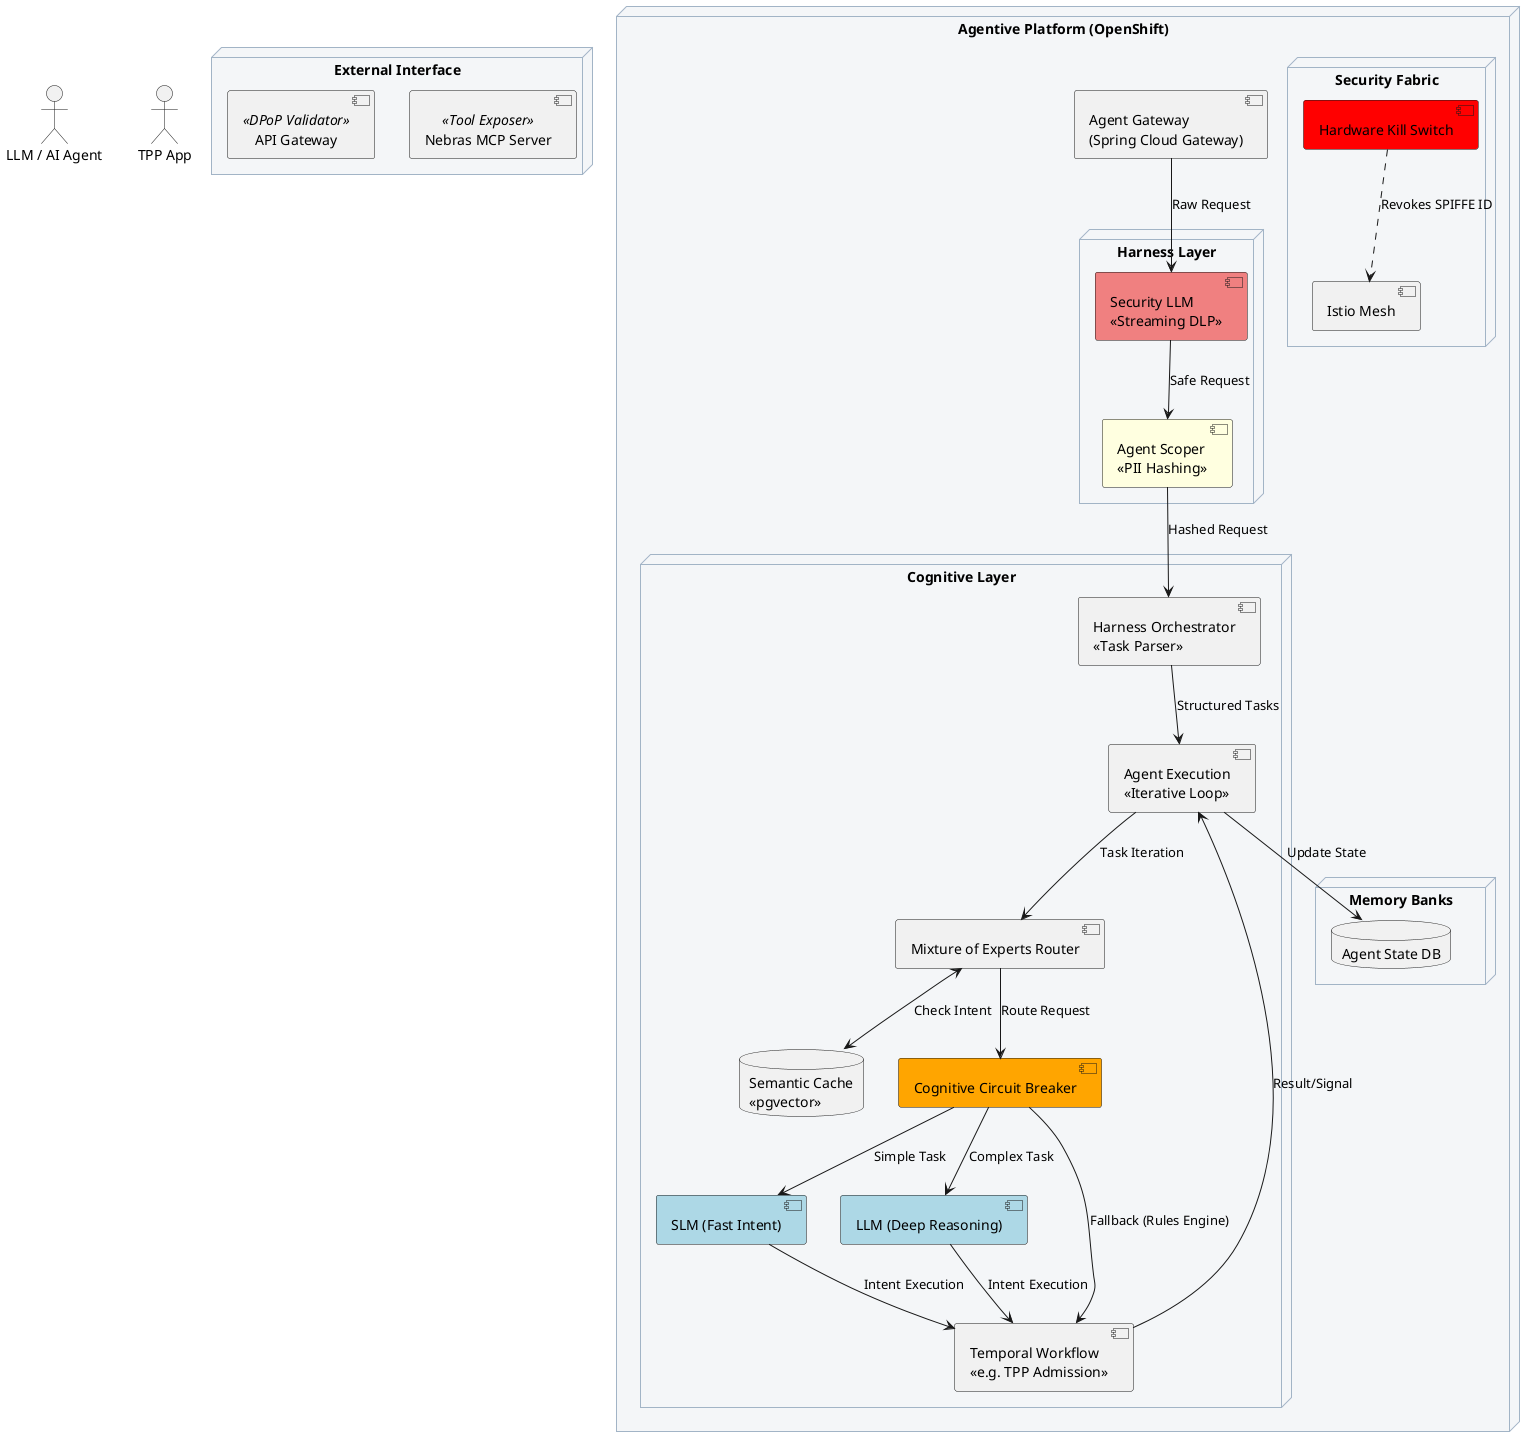
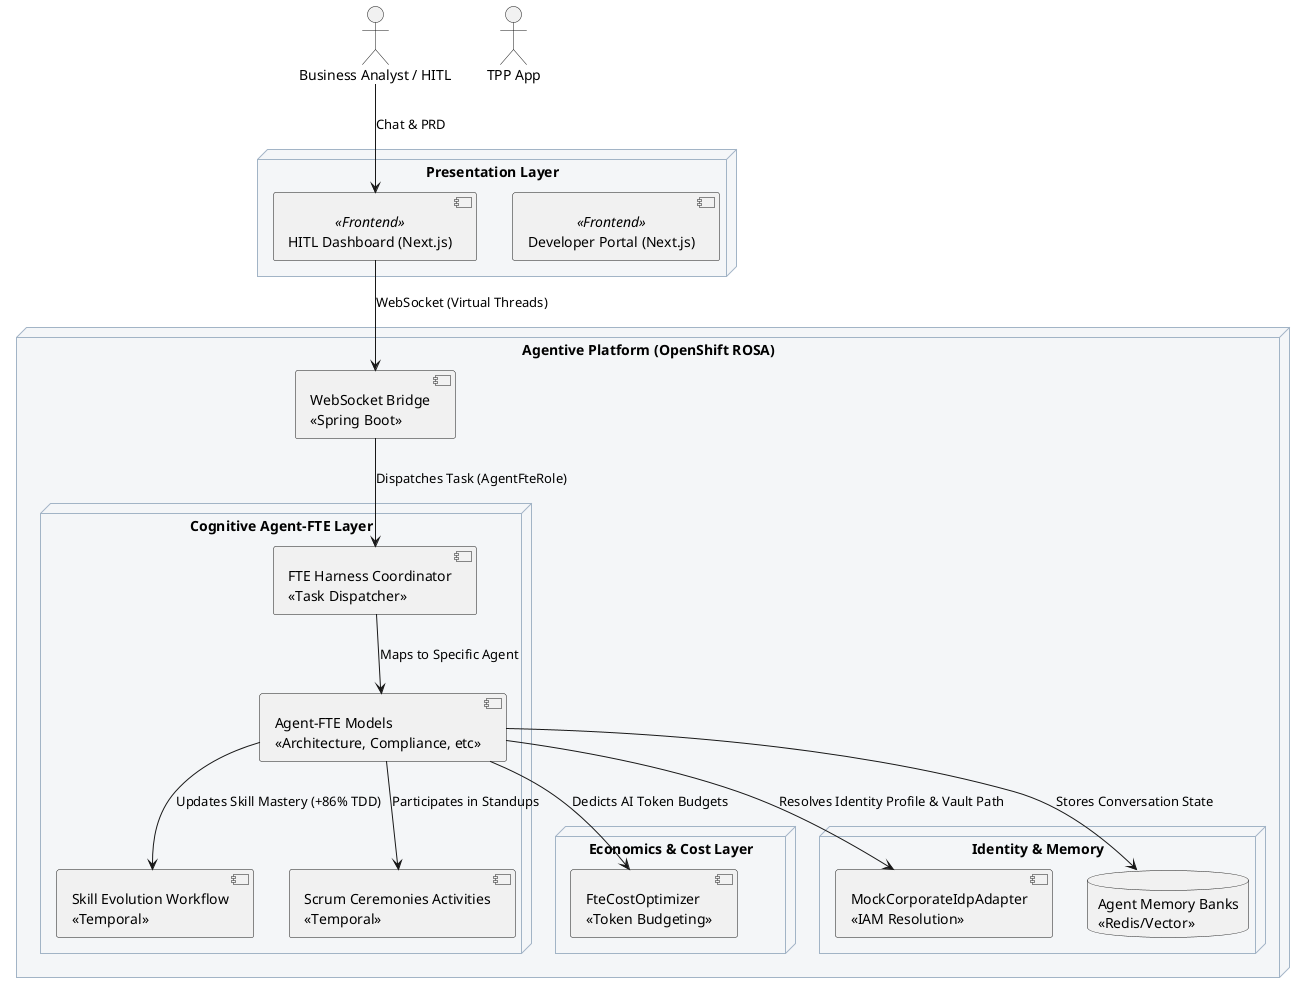
@startuml AI_Cognitive_Architecture
skinparam node {
    BackgroundColor #f4f6f8
    BorderColor #a2b4c6
}

- actor "LLM / AI Agent" as Agent
+ actor "Business Analyst / HITL" as hitl
actor "TPP App" as App

- node "External Interface" {
-     [Nebras MCP Server] <<Tool Exposer>>
-     [API Gateway] <<DPoP Validator>>
+ node "Presentation Layer" {
+     [Developer Portal (Next.js)] <<Frontend>>
+     [HITL Dashboard (Next.js)] <<Frontend>>
}

- node "Agentive Platform (OpenShift)" {
+ node "Agentive Platform (OpenShift ROSA)" {

-     component "Agent Gateway\n(Spring Cloud Gateway)" as gateway
+     component "WebSocket Bridge\n<<Spring Boot>>" as gateway

-     node "Harness Layer" {
-         component "Security LLM\n<<Streaming DLP>>" as dlp #lightcoral
-         component "Agent Scoper\n<<PII Hashing>>" as scoper #lightyellow
+     node "Cognitive Agent-FTE Layer" {
+         component "FTE Harness Coordinator\n<<Task Dispatcher>>" as harness
+         component "Agent-FTE Models\n<<Architecture, Compliance, etc>>" as agents
+         component "Skill Evolution Workflow\n<<Temporal>>" as skillEvo
+         component "Scrum Ceremonies Activities\n<<Temporal>>" as scrum
    }

-     node "Cognitive Layer" {
-         component "Harness Orchestrator\n<<Task Parser>>" as harness
-         component "Agent Execution\n<<Iterative Loop>>" as execLoop
-         component "Mixture of Experts Router" as router
-         database "Semantic Cache\n<<pgvector>>" as cache
-         component "Cognitive Circuit Breaker" as cb #orange
-         component "SLM (Fast Intent)" as slm #lightblue
-         component "LLM (Deep Reasoning)" as llm #lightblue
-         component "Temporal Workflow\n<<e.g. TPP Admission>>" as temp
+     node "Economics & Cost Layer" {
+         component "FteCostOptimizer\n<<Token Budgeting>>" as cost
    }

-     node "Memory Banks" {
-         database "Agent State DB" as memory
-     }
- 
-     node "Security Fabric" {
-         component "Istio Mesh" as istio
-         component "Hardware Kill Switch" as killswitch #red
+     node "Identity & Memory" {
+         component "MockCorporateIdpAdapter\n<<IAM Resolution>>" as idp
+         database "Agent Memory Banks\n<<Redis/Vector>>" as memory
    }
}

- gateway --> dlp : Raw Request
- dlp --> scoper : Safe Request
- scoper --> harness : Hashed Request
- harness --> execLoop : Structured Tasks
- execLoop --> router : Task Iteration
- router <--> cache : Check Intent
- router --> cb : Route Request
- cb --> slm : Simple Task
- cb --> llm : Complex Task
- cb --> temp : Fallback (Rules Engine)
+ hitl --> [HITL Dashboard (Next.js)] : Chat & PRD
+ [HITL Dashboard (Next.js)] --> gateway : WebSocket (Virtual Threads)
+ gateway --> harness : Dispatches Task (AgentFteRole)

- slm --> temp : Intent Execution
- llm --> temp : Intent Execution
- 
- temp --> execLoop : Result/Signal
- execLoop --> memory : Update State
- killswitch ..> istio : Revokes SPIFFE ID
+ harness --> agents : Maps to Specific Agent
+ agents --> idp : Resolves Identity Profile & Vault Path
+ agents --> skillEvo : Updates Skill Mastery (+86% TDD)
+ agents --> scrum : Participates in Standups
+ agents --> cost : Dedicts AI Token Budgets
+ agents --> memory : Stores Conversation State

@enduml
